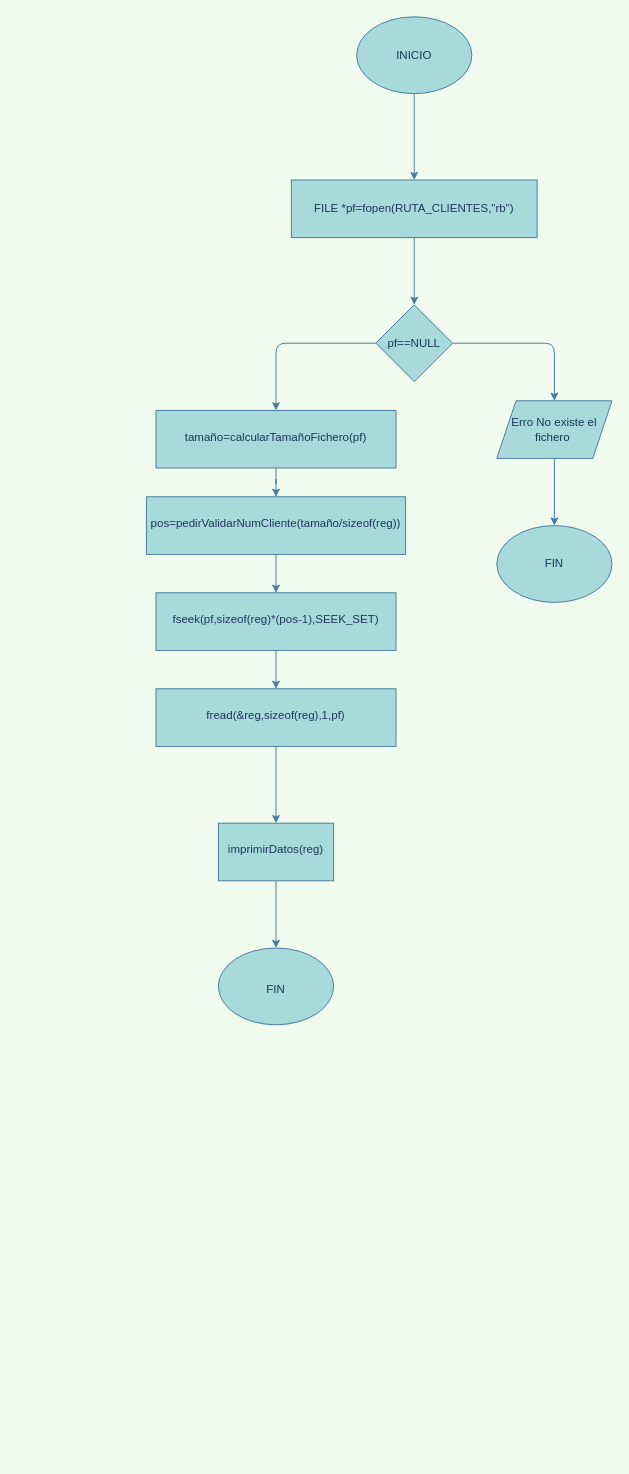
Before: page "consultarCliente" (3 of 4) of ProyectoCXabierGarrote/ProyectoCXabierGarrote/OpcionesMenuClientes.drawio in xabier100/PROGRAMACION_Proyecto_Servicios, a draw.io diagram. Source tidied: cells renumbered, new cells numbered last; positions are measured from the earlier drawing's top-left corner, leaving out a move shared by most shapes. Both pictures are drawn from the tidied source at 96%, with x=0, y=0 at pixel (146, 16).
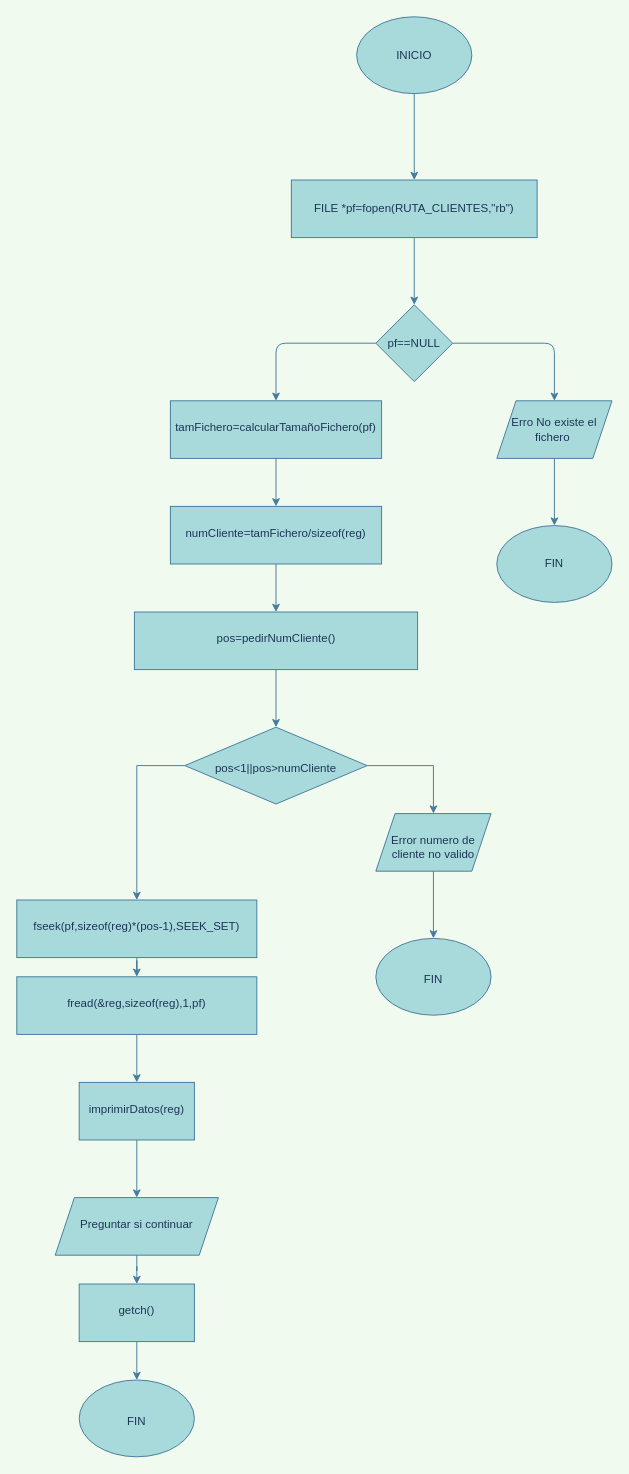
Above is the later version.

Unchanged cells that the change refers to:
```xml
<mxCell id="3" value="INICIO" style="ellipse;whiteSpace=wrap;html=1;fillColor=#A8DADC;strokeColor=#457B9D;fontColor=#1D3557;" parent="1" vertex="1">
  <mxGeometry x="219" width="120" height="80" as="geometry" />
</mxCell>
<mxCell id="5" value="FILE *pf=fopen(RUTA_CLIENTES,&quot;rb&quot;)" style="whiteSpace=wrap;html=1;fontColor=#1D3557;strokeColor=#457B9D;fillColor=#A8DADC;" parent="1" vertex="1">
  <mxGeometry x="151" y="170" width="256" height="60" as="geometry" />
</mxCell>
<mxCell id="8" value="pf==NULL" style="rhombus;whiteSpace=wrap;html=1;fontColor=#1D3557;strokeColor=#457B9D;fillColor=#A8DADC;" parent="1" vertex="1">
  <mxGeometry x="239" y="300" width="80" height="80" as="geometry" />
</mxCell>
<mxCell id="10" value="Erro No existe el fichero&amp;nbsp;" style="shape=parallelogram;perimeter=parallelogramPerimeter;whiteSpace=wrap;html=1;fixedSize=1;fontColor=#1D3557;strokeColor=#457B9D;fillColor=#A8DADC;" parent="1" vertex="1">
  <mxGeometry x="365" y="400" width="120" height="60" as="geometry" />
</mxCell>
<mxCell id="11" value="FIN" style="ellipse;whiteSpace=wrap;html=1;fontColor=#1D3557;strokeColor=#457B9D;fillColor=#A8DADC;" parent="1" vertex="1">
  <mxGeometry x="365" y="530" width="120" height="80" as="geometry" />
</mxCell>
```

Change to the diagram source:
```diff
@@
-    <mxCell id="2" style="edgeStyle=orthogonalEdgeStyle;curved=0;rounded=1;sketch=0;jettySize=auto;html=1;strokeColor=#457B9D;fillColor=#A8DADC;fontColor=#1D3557;" parent="1" edge="1" source="3" target="5">
+    <mxCell id="2" style="edgeStyle=orthogonalEdgeStyle;curved=0;rounded=1;sketch=0;jettySize=auto;html=1;strokeColor=#457B9D;fillColor=#A8DADC;fontColor=#1D3557;labelBackgroundColor=#F1FAEE;" parent="1" edge="1" source="3" target="5">
       <mxGeometry relative="1" as="geometry" />
     </mxCell>
@@
-    <mxCell id="4" style="edgeStyle=orthogonalEdgeStyle;curved=0;rounded=1;sketch=0;jettySize=auto;html=1;strokeColor=#457B9D;fillColor=#A8DADC;fontColor=#1D3557;" parent="1" edge="1" source="5" target="8">
+    <mxCell id="4" style="edgeStyle=orthogonalEdgeStyle;curved=0;rounded=1;sketch=0;jettySize=auto;html=1;strokeColor=#457B9D;fillColor=#A8DADC;fontColor=#1D3557;labelBackgroundColor=#F1FAEE;" parent="1" edge="1" source="5" target="8">
       <mxGeometry relative="1" as="geometry" />
     </mxCell>
@@
-    <mxCell id="6" style="edgeStyle=orthogonalEdgeStyle;curved=0;rounded=1;sketch=0;jettySize=auto;html=1;strokeColor=#457B9D;fillColor=#A8DADC;fontColor=#1D3557;" parent="1" edge="1" source="8" target="10">
+    <mxCell id="6" style="edgeStyle=orthogonalEdgeStyle;curved=0;rounded=1;sketch=0;jettySize=auto;html=1;strokeColor=#457B9D;fillColor=#A8DADC;fontColor=#1D3557;labelBackgroundColor=#F1FAEE;" parent="1" edge="1" source="8" target="10">
       <mxGeometry relative="1" as="geometry" />
     </mxCell>
-    <mxCell id="7" style="edgeStyle=orthogonalEdgeStyle;curved=0;rounded=1;sketch=0;jettySize=auto;html=1;strokeColor=#457B9D;fillColor=#A8DADC;fontColor=#1D3557;" parent="1" edge="1" source="8" target="13">
+    <mxCell id="7" style="edgeStyle=orthogonalEdgeStyle;curved=0;rounded=1;sketch=0;jettySize=auto;html=1;strokeColor=#457B9D;fillColor=#A8DADC;fontColor=#1D3557;labelBackgroundColor=#F1FAEE;" parent="1" edge="1" source="8" target="29">
       <mxGeometry relative="1" as="geometry">
         <Array as="points">
           <mxPoint x="135" y="340" />
         </Array>
       </mxGeometry>
     </mxCell>
@@
-    <mxCell id="9" style="edgeStyle=orthogonalEdgeStyle;curved=0;rounded=1;sketch=0;jettySize=auto;html=1;strokeColor=#457B9D;fillColor=#A8DADC;fontColor=#1D3557;" parent="1" edge="1" source="10" target="11">
+    <mxCell id="9" style="edgeStyle=orthogonalEdgeStyle;curved=0;rounded=1;sketch=0;jettySize=auto;html=1;strokeColor=#457B9D;fillColor=#A8DADC;fontColor=#1D3557;labelBackgroundColor=#F1FAEE;" parent="1" edge="1" source="10" target="11">
       <mxGeometry relative="1" as="geometry" />
     </mxCell>
@@
-    <mxCell id="12" style="edgeStyle=orthogonalEdgeStyle;curved=0;rounded=1;sketch=0;jettySize=auto;html=1;strokeColor=#457B9D;fillColor=#A8DADC;fontColor=#1D3557;" parent="1" edge="1" source="13" target="15">
-      <mxGeometry relative="1" as="geometry" />
-    </mxCell>
-    <mxCell id="13" value="&lt;br&gt;tamaño=calcularTamañoFichero(pf)" style="whiteSpace=wrap;html=1;rounded=0;fontColor=#1D3557;verticalAlign=top;strokeColor=#457B9D;fillColor=#A8DADC;sketch=0;" parent="1" vertex="1">
-      <mxGeometry x="10" y="410" width="250" height="60" as="geometry" />
-    </mxCell>
-    <mxCell id="14" style="edgeStyle=orthogonalEdgeStyle;curved=0;rounded=1;sketch=0;jettySize=auto;html=1;strokeColor=#457B9D;fillColor=#A8DADC;fontColor=#1D3557;" parent="1" edge="1" source="15" target="17">
-      <mxGeometry relative="1" as="geometry" />
-    </mxCell>
-    <mxCell id="15" value="&lt;br&gt;pos=pedirValidarNumCliente(tamaño/sizeof(reg))" style="whiteSpace=wrap;html=1;rounded=0;fontColor=#1D3557;verticalAlign=top;strokeColor=#457B9D;fillColor=#A8DADC;sketch=0;" parent="1" vertex="1">
-      <mxGeometry y="500" width="270" height="60" as="geometry" />
-    </mxCell>
-    <mxCell id="16" style="edgeStyle=orthogonalEdgeStyle;curved=0;rounded=1;sketch=0;jettySize=auto;html=1;strokeColor=#457B9D;fillColor=#A8DADC;fontColor=#1D3557;" parent="1" edge="1" source="17" target="19">
+    <mxCell id="16" style="edgeStyle=orthogonalEdgeStyle;curved=0;rounded=1;sketch=0;jettySize=auto;html=1;strokeColor=#457B9D;fillColor=#A8DADC;fontColor=#1D3557;labelBackgroundColor=#F1FAEE;" parent="1" edge="1" source="17" target="19">
       <mxGeometry relative="1" as="geometry" />
     </mxCell>
     <mxCell id="17" value="&lt;br&gt;fseek(pf,sizeof(reg)*(pos-1),SEEK_SET)" style="whiteSpace=wrap;html=1;rounded=0;fontColor=#1D3557;verticalAlign=top;strokeColor=#457B9D;fillColor=#A8DADC;sketch=0;" parent="1" vertex="1">
-      <mxGeometry x="10" y="600" width="250" height="60" as="geometry" />
+      <mxGeometry x="-135" y="920" width="250" height="60" as="geometry" />
     </mxCell>
-    <mxCell id="18" style="edgeStyle=orthogonalEdgeStyle;curved=0;rounded=1;sketch=0;jettySize=auto;html=1;strokeColor=#457B9D;fillColor=#A8DADC;fontColor=#1D3557;" parent="1" edge="1" source="19" target="21">
+    <mxCell id="18" style="edgeStyle=orthogonalEdgeStyle;curved=0;rounded=1;sketch=0;jettySize=auto;html=1;strokeColor=#457B9D;fillColor=#A8DADC;fontColor=#1D3557;labelBackgroundColor=#F1FAEE;" parent="1" edge="1" source="19" target="21">
       <mxGeometry relative="1" as="geometry" />
     </mxCell>
     <mxCell id="19" value="&lt;br&gt;fread(&amp;amp;reg,sizeof(reg),1,pf)" style="whiteSpace=wrap;html=1;rounded=0;fontColor=#1D3557;verticalAlign=top;strokeColor=#457B9D;fillColor=#A8DADC;sketch=0;" parent="1" vertex="1">
-      <mxGeometry x="10" y="700" width="250" height="60" as="geometry" />
+      <mxGeometry x="-135" y="1000" width="250" height="60" as="geometry" />
     </mxCell>
-    <mxCell id="20" style="edgeStyle=orthogonalEdgeStyle;curved=0;rounded=1;sketch=0;jettySize=auto;html=1;strokeColor=#457B9D;fillColor=#A8DADC;fontColor=#1D3557;" parent="1" edge="1" source="21" target="22">
-      <mxGeometry relative="1" as="geometry" />
-    </mxCell>
+    <mxCell id="23" style="edgeStyle=orthogonalEdgeStyle;curved=0;rounded=1;sketch=0;jettySize=auto;html=1;strokeColor=#457B9D;fillColor=#A8DADC;fontColor=#1D3557;labelBackgroundColor=#F1FAEE;" parent="1" edge="1" source="21" target="25">
+      <mxGeometry relative="1" as="geometry" />
+    </mxCell>
     <mxCell id="21" value="&lt;br&gt;imprimirDatos(reg)" style="whiteSpace=wrap;html=1;rounded=0;fontColor=#1D3557;verticalAlign=top;strokeColor=#457B9D;fillColor=#A8DADC;sketch=0;" parent="1" vertex="1">
-      <mxGeometry x="75" y="840" width="120" height="60" as="geometry" />
+      <mxGeometry x="-70" y="1110" width="120" height="60" as="geometry" />
     </mxCell>
     <mxCell id="22" value="&lt;br&gt;&lt;br&gt;FIN" style="ellipse;whiteSpace=wrap;html=1;rounded=0;fontColor=#1D3557;verticalAlign=top;strokeColor=#457B9D;fillColor=#A8DADC;sketch=0;" parent="1" vertex="1">
-      <mxGeometry x="75" y="970" width="120" height="80" as="geometry" />
+      <mxGeometry x="-70" y="1420" width="120" height="80" as="geometry" />
     </mxCell>
+    <mxCell id="24" style="edgeStyle=orthogonalEdgeStyle;curved=0;rounded=1;sketch=0;jettySize=auto;html=1;strokeColor=#457B9D;fillColor=#A8DADC;fontColor=#1D3557;labelBackgroundColor=#F1FAEE;" parent="1" edge="1" source="25" target="27">
+      <mxGeometry relative="1" as="geometry" />
+    </mxCell>
+    <mxCell id="25" value="&lt;br&gt;Preguntar si continuar" style="shape=parallelogram;perimeter=parallelogramPerimeter;whiteSpace=wrap;html=1;fixedSize=1;rounded=0;fontColor=#1D3557;verticalAlign=top;strokeColor=#457B9D;fillColor=#A8DADC;sketch=0;" parent="1" vertex="1">
+      <mxGeometry x="-95" y="1230" width="170" height="60" as="geometry" />
+    </mxCell>
+    <mxCell id="26" style="edgeStyle=orthogonalEdgeStyle;curved=0;rounded=1;sketch=0;jettySize=auto;html=1;strokeColor=#457B9D;fillColor=#A8DADC;fontColor=#1D3557;labelBackgroundColor=#F1FAEE;" parent="1" edge="1" source="27" target="22">
+      <mxGeometry relative="1" as="geometry" />
+    </mxCell>
+    <mxCell id="27" value="&lt;br&gt;getch()" style="whiteSpace=wrap;html=1;rounded=0;fontColor=#1D3557;verticalAlign=top;strokeColor=#457B9D;fillColor=#A8DADC;sketch=0;" parent="1" vertex="1">
+      <mxGeometry x="-70" y="1320" width="120" height="60" as="geometry" />
+    </mxCell>
+    <mxCell id="28" style="edgeStyle=orthogonalEdgeStyle;rounded=0;jettySize=auto;html=1;labelBackgroundColor=#F1FAEE;strokeColor=#457B9D;fontColor=#1D3557;" parent="1" edge="1" source="29" target="33">
+      <mxGeometry relative="1" as="geometry" />
+    </mxCell>
+    <mxCell id="29" value="&lt;br&gt;tamFichero=calcularTamañoFichero(pf)" style="whiteSpace=wrap;html=1;rounded=0;fontColor=#1D3557;verticalAlign=top;strokeColor=#457B9D;fillColor=#A8DADC;sketch=0;" parent="1" vertex="1">
+      <mxGeometry x="25" y="400" width="220" height="60" as="geometry" />
+    </mxCell>
+    <mxCell id="30" style="edgeStyle=orthogonalEdgeStyle;rounded=0;jettySize=auto;html=1;labelBackgroundColor=#F1FAEE;strokeColor=#457B9D;fontColor=#1D3557;" parent="1" edge="1" source="31" target="36">
+      <mxGeometry relative="1" as="geometry" />
+    </mxCell>
+    <mxCell id="31" value="&lt;br&gt;pos=pedirNumCliente()" style="whiteSpace=wrap;html=1;rounded=0;fontColor=#1D3557;verticalAlign=top;strokeColor=#457B9D;fillColor=#A8DADC;sketch=0;" parent="1" vertex="1">
+      <mxGeometry x="-12.5" y="620" width="295" height="60" as="geometry" />
+    </mxCell>
+    <mxCell id="32" style="edgeStyle=orthogonalEdgeStyle;rounded=0;jettySize=auto;html=1;labelBackgroundColor=#F1FAEE;strokeColor=#457B9D;fontColor=#1D3557;" parent="1" edge="1" source="33" target="31">
+      <mxGeometry relative="1" as="geometry" />
+    </mxCell>
+    <mxCell id="33" value="&lt;br&gt;numCliente=tamFichero/sizeof(reg)" style="whiteSpace=wrap;html=1;rounded=0;fontColor=#1D3557;verticalAlign=top;strokeColor=#457B9D;fillColor=#A8DADC;sketch=0;" parent="1" vertex="1">
+      <mxGeometry x="25" y="510" width="220" height="60" as="geometry" />
+    </mxCell>
+    <mxCell id="34" style="edgeStyle=orthogonalEdgeStyle;rounded=0;jettySize=auto;html=1;entryX=0.5;entryY=0;entryDx=0;entryDy=0;labelBackgroundColor=#F1FAEE;strokeColor=#457B9D;fontColor=#1D3557;" parent="1" edge="1" source="36" target="17">
+      <mxGeometry relative="1" as="geometry">
+        <Array as="points">
+          <mxPoint x="-10" y="780" />
+        </Array>
+      </mxGeometry>
+    </mxCell>
+    <mxCell id="35" style="edgeStyle=orthogonalEdgeStyle;rounded=0;jettySize=auto;html=1;labelBackgroundColor=#F1FAEE;strokeColor=#457B9D;fontColor=#1D3557;" parent="1" edge="1" source="36" target="38">
+      <mxGeometry relative="1" as="geometry" />
+    </mxCell>
+    <mxCell id="36" value="&lt;br&gt;&lt;br&gt;pos&amp;lt;1||pos&amp;gt;numCliente" style="rhombus;whiteSpace=wrap;html=1;rounded=0;fontColor=#1D3557;verticalAlign=top;strokeColor=#457B9D;fillColor=#A8DADC;sketch=0;" parent="1" vertex="1">
+      <mxGeometry x="40" y="740" width="190" height="80" as="geometry" />
+    </mxCell>
+    <mxCell id="37" style="edgeStyle=orthogonalEdgeStyle;rounded=0;jettySize=auto;html=1;labelBackgroundColor=#F1FAEE;strokeColor=#457B9D;fontColor=#1D3557;" parent="1" edge="1" source="38" target="39">
+      <mxGeometry relative="1" as="geometry" />
+    </mxCell>
+    <mxCell id="38" value="&lt;br&gt;Error numero de cliente no valido" style="shape=parallelogram;perimeter=parallelogramPerimeter;whiteSpace=wrap;html=1;fixedSize=1;rounded=0;fontColor=#1D3557;verticalAlign=top;strokeColor=#457B9D;fillColor=#A8DADC;sketch=0;" parent="1" vertex="1">
+      <mxGeometry x="239" y="830" width="120" height="60" as="geometry" />
+    </mxCell>
+    <mxCell id="39" value="&lt;br&gt;&lt;br&gt;FIN" style="ellipse;whiteSpace=wrap;html=1;rounded=0;fontColor=#1D3557;verticalAlign=top;strokeColor=#457B9D;fillColor=#A8DADC;sketch=0;" parent="1" vertex="1">
+      <mxGeometry x="239" y="960" width="120" height="80" as="geometry" />
+    </mxCell>
```
